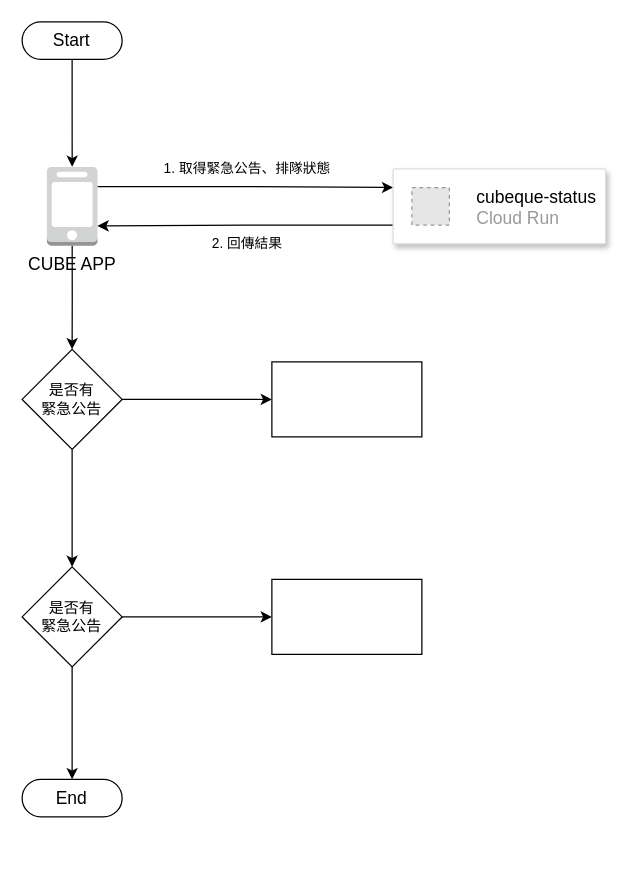
Above: ccc.drawio in JaeyoLin/draw.io (draw.io), before the change. Source tidied: cells renumbered, new cells numbered last; positions are measured from the earlier drawing's top-left corner, leaving out a move shared by most shapes. Both pictures are drawn from the tidied source at 125%, with x=0, y=0 at pixel (21, 21). Pictures stored in the file or linked from it are replaced by grey dashed boxes.
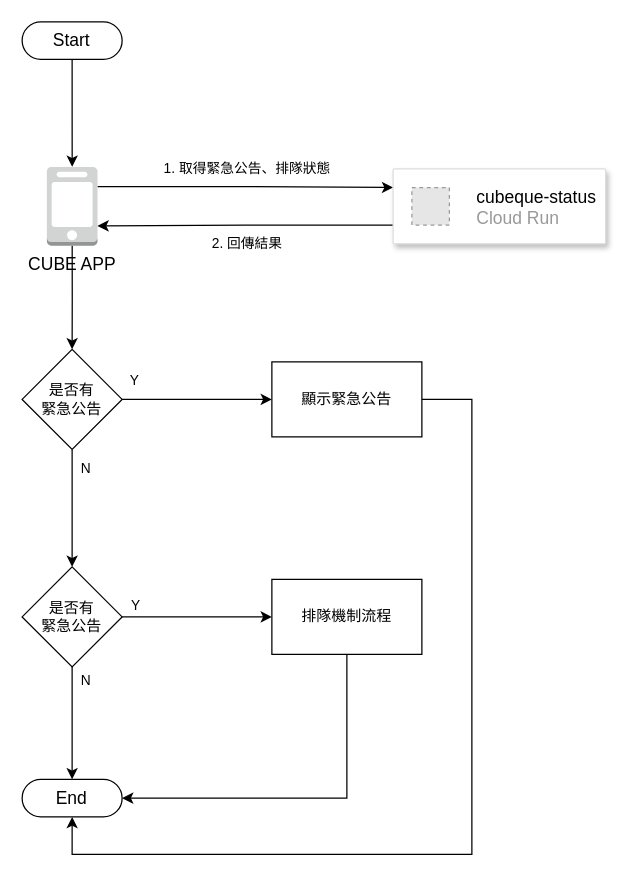
Above is the later version.

The change refers to these unchanged cells:
```xml
<mxCell id="10" style="edgeStyle=orthogonalEdgeStyle;rounded=0;jettySize=auto;html=1;entryX=0.5;entryY=0;entryDx=0;entryDy=0;" parent="1" edge="1" source="12" target="18">
  <mxGeometry relative="1" as="geometry" />
</mxCell>
<mxCell id="11" style="edgeStyle=orthogonalEdgeStyle;rounded=0;jettySize=auto;html=1;entryX=0;entryY=0.5;entryDx=0;entryDy=0;" parent="1" edge="1" source="12" target="15">
  <mxGeometry relative="1" as="geometry" />
</mxCell>
<mxCell id="16" style="edgeStyle=orthogonalEdgeStyle;rounded=0;jettySize=auto;html=1;entryX=0;entryY=0.5;entryDx=0;entryDy=0;" parent="1" edge="1" source="18" target="19">
  <mxGeometry relative="1" as="geometry" />
</mxCell>
<mxCell id="17" style="edgeStyle=orthogonalEdgeStyle;rounded=0;jettySize=auto;html=1;entryX=0.5;entryY=0.5;entryDx=0;entryDy=-15;entryPerimeter=0;" parent="1" edge="1" source="18" target="20">
  <mxGeometry relative="1" as="geometry" />
</mxCell>
<mxCell id="20" value="End" style="html=1;dashed=0;whiteSpace=wrap;shape=mxgraph.dfd.start;fontSize=14;" parent="1" vertex="1">
  <mxGeometry x="0.2" y="606" width="80" height="30" as="geometry" />
</mxCell>
```

Diff of the diagram source:
```diff
@@
+    <mxCell id="21" value="N" style="edgeLabel;html=1;align=center;verticalAlign=middle;" parent="10" vertex="1">
+      <mxGeometry x="-0.35" y="-4" relative="1" as="geometry">
+        <mxPoint x="14" y="-17" as="offset" />
+      </mxGeometry>
+    </mxCell>
@@
+    <mxCell id="22" value="Y" style="edgeLabel;html=1;align=center;verticalAlign=middle;" parent="11" vertex="1">
+      <mxGeometry x="-0.28" y="-4" relative="1" as="geometry">
+        <mxPoint x="-34" y="-20" as="offset" />
+      </mxGeometry>
+    </mxCell>
@@
+    <mxCell id="23" style="edgeStyle=orthogonalEdgeStyle;rounded=0;jettySize=auto;html=1;entryX=0.5;entryY=0.5;entryDx=0;entryDy=15;entryPerimeter=0;" parent="1" edge="1" source="15" target="20">
+      <mxGeometry relative="1" as="geometry">
+        <Array as="points">
+          <mxPoint x="360" y="302" />
+          <mxPoint x="360" y="666" />
+          <mxPoint x="40" y="666" />
+        </Array>
+      </mxGeometry>
+    </mxCell>
-    <mxCell id="15" style="rounded=0;whiteSpace=wrap;html=1;" parent="1" vertex="1">
+    <mxCell id="15" value="顯示緊急公告" style="rounded=0;whiteSpace=wrap;html=1;" parent="1" vertex="1">
       <mxGeometry x="200" y="272" width="120" height="60" as="geometry" />
     </mxCell>
@@
+    <mxCell id="24" value="Y" style="edgeLabel;html=1;align=center;verticalAlign=middle;" parent="16" vertex="1">
+      <mxGeometry x="-0.42" y="1" relative="1" as="geometry">
+        <mxPoint x="-25" y="-9" as="offset" />
+      </mxGeometry>
+    </mxCell>
@@
+    <mxCell id="25" value="N" style="edgeLabel;html=1;align=center;verticalAlign=middle;" parent="17" vertex="1">
+      <mxGeometry x="-0.69" y="1" relative="1" as="geometry">
+        <mxPoint x="9" y="-4" as="offset" />
+      </mxGeometry>
+    </mxCell>
@@
+    <mxCell id="26" style="edgeStyle=orthogonalEdgeStyle;rounded=0;jettySize=auto;html=1;entryX=1;entryY=0.5;entryDx=0;entryDy=0;entryPerimeter=0;" parent="1" edge="1" source="19" target="20">
+      <mxGeometry relative="1" as="geometry">
+        <Array as="points">
+          <mxPoint x="260" y="621" />
+        </Array>
+      </mxGeometry>
+    </mxCell>
-    <mxCell id="19" style="rounded=0;whiteSpace=wrap;html=1;" parent="1" vertex="1">
+    <mxCell id="19" value="排隊機制流程" style="rounded=0;whiteSpace=wrap;html=1;" parent="1" vertex="1">
       <mxGeometry x="200" y="446" width="120" height="60" as="geometry" />
     </mxCell>
```
